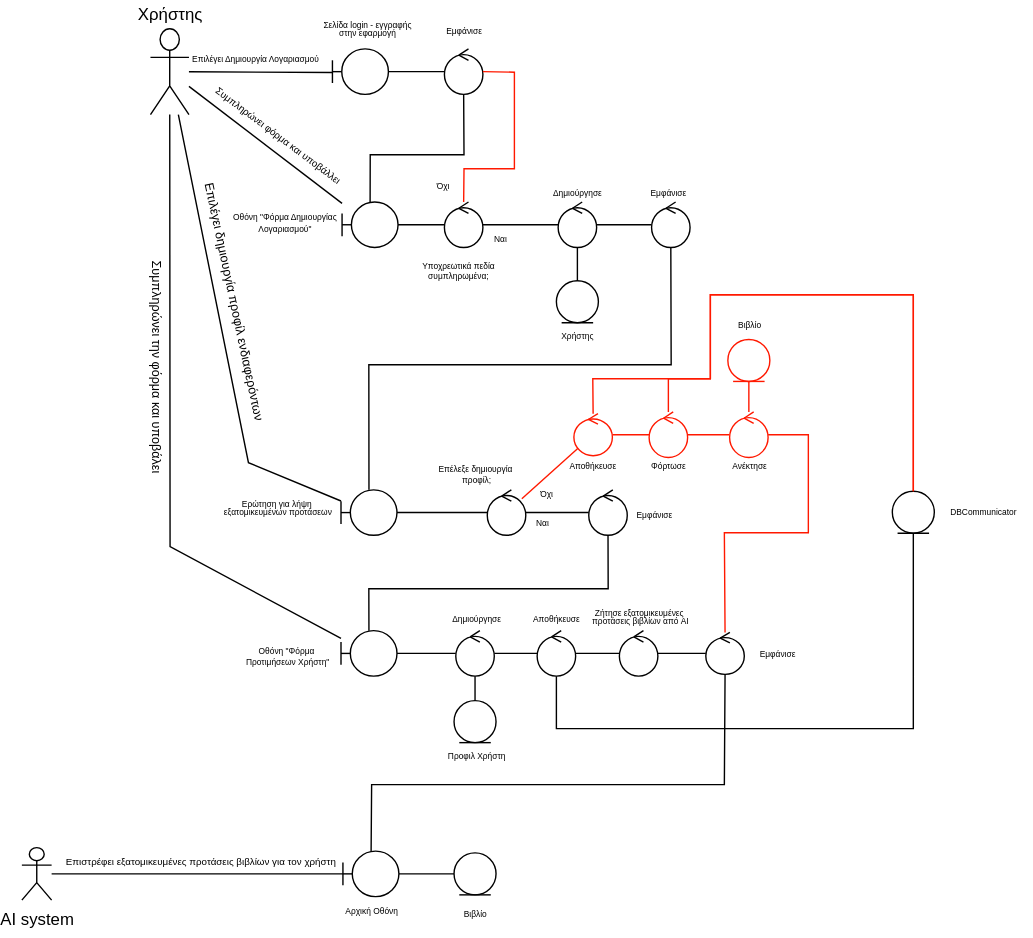
Before: 2nd Assignment/Robustness Diagrams/Robustness-Diagram-v0.1-Δημιουργία Λογαριασμού-Προφίλ.svg, a diagram exported from draw.io (CallMeJasonYT/LibraVision). Source tidied: cells renumbered, new cells last; positions are measured from the earlier drawing's top-left corner, leaving out a move shared by most shapes.
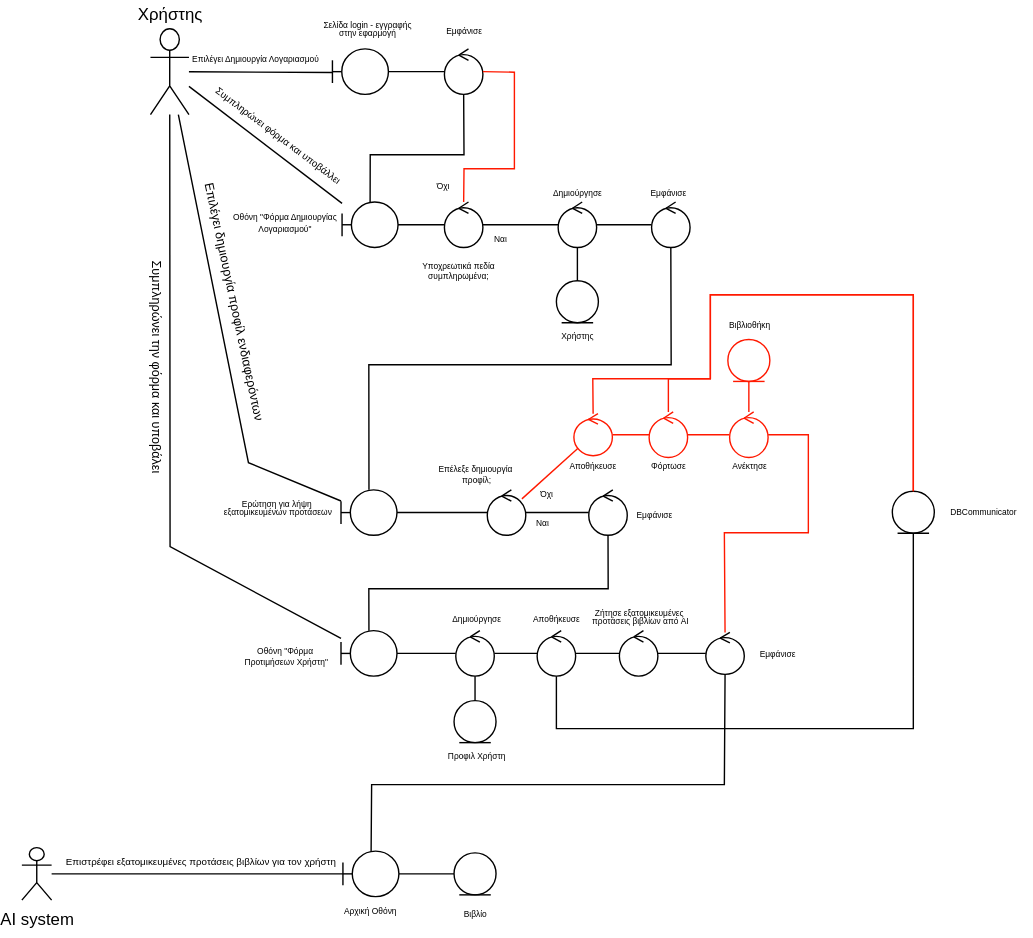
After the commit.

Commit message:
Robustness-Diagram-v0.1-Δημιουργία Λογαριασμού-Προφίλ

What changed in the source:
```diff
@@ -261,8 +261,8 @@
     <mxCell id="79" style="edgeStyle=none;rounded=0;jettySize=auto;html=1;strokeColor=#FF1900;endArrow=none;endFill=0;" parent="1" edge="1" source="75" target="78">
       <mxGeometry relative="1" as="geometry" />
     </mxCell>
-    <mxCell id="80" value="Βιβλίο" style="text;html=1;align=center;verticalAlign=middle;strokeColor=none;fillColor=none;fontSize=6;" parent="1" vertex="1">
-      <mxGeometry x="499.5" y="221.9" width="40" height="20" as="geometry" />
+    <mxCell id="80" value="Βιβλιοθήκη" style="text;html=1;align=center;verticalAlign=middle;strokeColor=none;fillColor=none;fontSize=6;" parent="1" vertex="1">
+      <mxGeometry x="494.5" y="221.9" width="50" height="20" as="geometry" />
     </mxCell>
     <mxCell id="81" style="edgeStyle=none;rounded=0;jettySize=auto;html=1;endArrow=none;endFill=0;" parent="1" edge="1" source="9" target="12">
       <mxGeometry relative="1" as="geometry">
```
